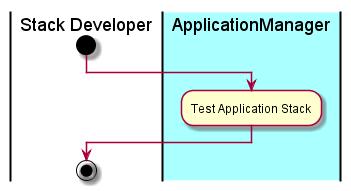
This is design/UseCases/TestApplicationStack/Activities.png from CAADE/C3, a PlantUML export, as it was before one commit. Its diagram source:
```plantuml
@startuml
|Stack Developer|
start
|#aaffff|ApplicationManager|
:Test Application Stack;
|Stack Developer|
stop
@enduml
```
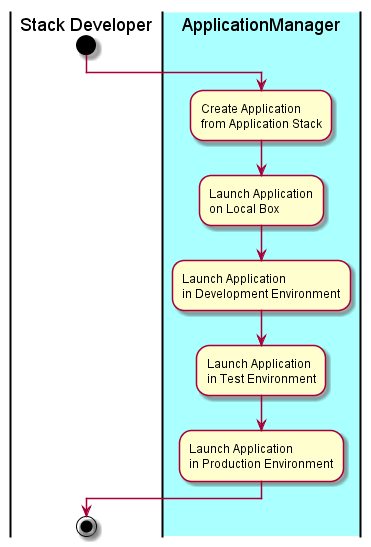
Above is the later version.

The edit, as a diff of the source:
```diff
@@ -2,7 +2,11 @@
 |Stack Developer|
 start
 |#aaffff|ApplicationManager|
-:Test Application Stack;
+:Create Application\nfrom Application Stack;
+:Launch Application\non Local Box;
+:Launch Application\nin Development Environment;
+:Launch Application\nin Test Environment;
+:Launch Application\nin Production Environment;
 |Stack Developer|
 stop
 @enduml
```
